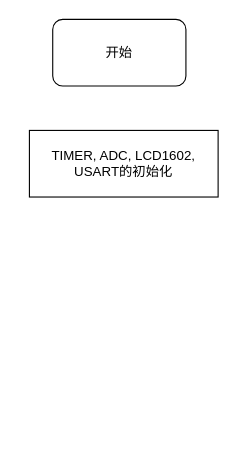
This is drawio/run_flow.drawio from nations-Xiong/image_bed, a draw.io file, before an edit. Source tidied: cells renumbered, new cells numbered last; positions are measured from the earlier drawing's top-left corner, leaving out a move shared by most shapes. Both pictures are drawn from the tidied source at 111%, with x=0, y=0 at pixel (29, 19).
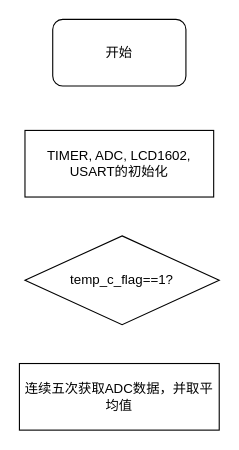
The same diagram, later.

What changed in the source:
```diff
@@
 <mxGraphModel>
   <root>
     <mxCell id="0" />
     <mxCell id="1" parent="0" />
     <mxCell id="2" value="开始" style="rounded=1;whiteSpace=wrap;html=1;" parent="1" vertex="1">
       <mxGeometry x="21" width="120" height="60" as="geometry" />
     </mxCell>
     <mxCell id="3" value="TIMER, ADC, LCD1602, USART的初始化" style="rounded=0;whiteSpace=wrap;html=1;" parent="1" vertex="1">
-      <mxGeometry y="100" width="170" height="60" as="geometry" />
+      <mxGeometry x="-4" y="100" width="170" height="60" as="geometry" />
     </mxCell>
+    <mxCell id="4" value="temp_c_flag==1?" style="rhombus;whiteSpace=wrap;html=1;" parent="1" vertex="1">
+      <mxGeometry x="-4" y="195" width="175" height="80" as="geometry" />
+    </mxCell>
+    <mxCell id="5" value="连续五次获取ADC数据，并取平均值" style="rounded=0;whiteSpace=wrap;html=1;" parent="1" vertex="1">
+      <mxGeometry x="-9" y="310" width="180" height="60" as="geometry" />
+    </mxCell>
   </root>
 </mxGraphModel>
```
